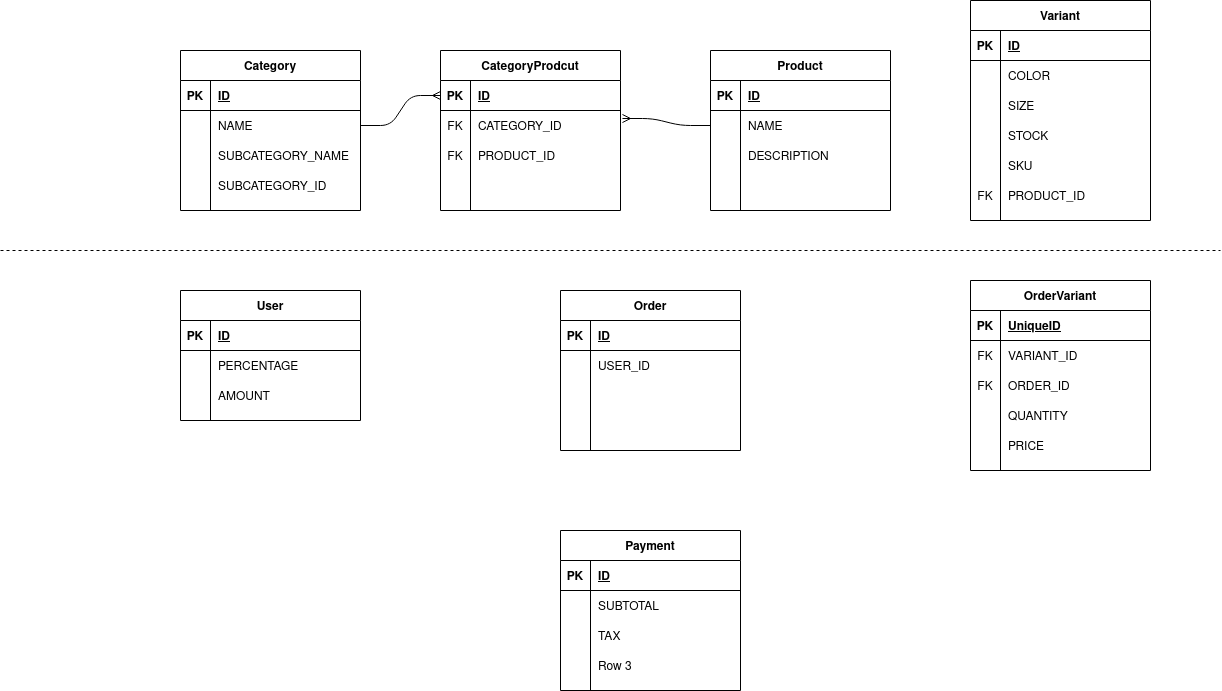
The draw.io diagram ecommerce.png in gilibethvega/e-comerce, before a commit. Source tidied: cells renumbered, new cells last; positions are measured from the earlier drawing's top-left corner, leaving out a move shared by most shapes.
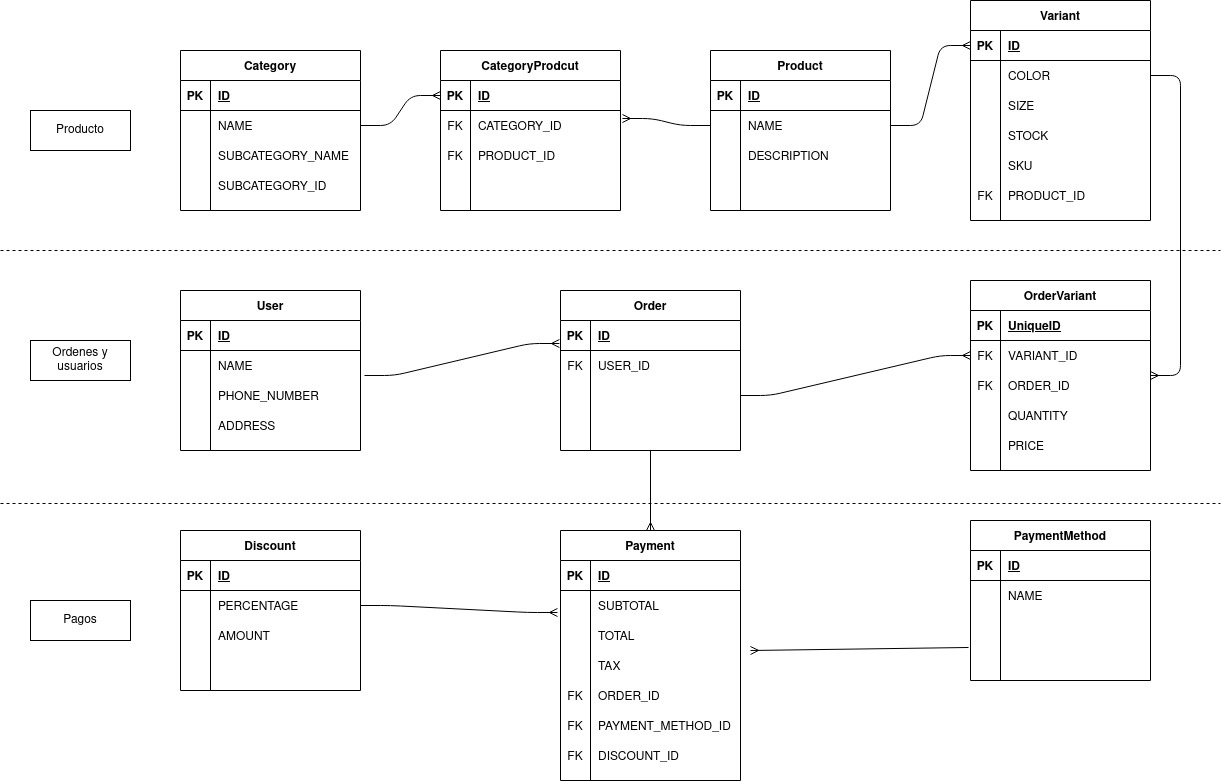
After the change.

What changed in the source:
```diff
@@ -245,7 +245,7 @@
     <mxCell id="81" style="shape=partialRectangle;fillColor=none;top=0;left=0;bottom=0;right=0;" parent="77" vertex="1">
       <mxGeometry y="60" width="180" height="30" as="geometry" />
     </mxCell>
-    <mxCell id="82" style="shape=partialRectangle;fillColor=none;top=0;left=0;bottom=0;right=0;overflow=hidden;" parent="81" vertex="1">
+    <mxCell id="82" value="FK" style="shape=partialRectangle;fillColor=none;top=0;left=0;bottom=0;right=0;overflow=hidden;" parent="81" vertex="1">
       <mxGeometry width="30" height="30" as="geometry" />
     </mxCell>
     <mxCell id="83" value="USER_ID" style="shape=partialRectangle;fillColor=none;top=0;left=0;bottom=0;right=0;align=left;spacingLeft=6;overflow=hidden;" parent="81" vertex="1">
@@ -270,7 +270,7 @@
       <mxGeometry x="30" width="150" height="30" as="geometry" />
     </mxCell>
     <mxCell id="90" value="User" style="shape=table;startSize=30;rowLines=0;fontStyle=1;align=center;" parent="1" vertex="1">
-      <mxGeometry x="180" y="290" width="180" height="130" as="geometry" />
+      <mxGeometry x="180" y="290" width="180" height="160" as="geometry" />
     </mxCell>
     <mxCell id="91" style="shape=partialRectangle;fillColor=none;top=0;left=0;bottom=1;right=0;" parent="90" vertex="1">
       <mxGeometry y="30" width="180" height="30" as="geometry" />
@@ -287,20 +287,29 @@
     <mxCell id="95" style="shape=partialRectangle;fillColor=none;top=0;left=0;bottom=0;right=0;overflow=hidden;" parent="94" vertex="1">
       <mxGeometry width="30" height="30" as="geometry" />
     </mxCell>
-    <mxCell id="96" value="PERCENTAGE" style="shape=partialRectangle;fillColor=none;top=0;left=0;bottom=0;right=0;align=left;spacingLeft=6;overflow=hidden;" parent="94" vertex="1">
+    <mxCell id="96" value="NAME" style="shape=partialRectangle;fillColor=none;top=0;left=0;bottom=0;right=0;align=left;spacingLeft=6;overflow=hidden;" parent="94" vertex="1">
       <mxGeometry x="30" width="150" height="30" as="geometry" />
     </mxCell>
+    <mxCell id="115" style="shape=partialRectangle;fillColor=none;top=0;left=0;bottom=0;right=0;" parent="90" vertex="1">
+      <mxGeometry y="90" width="180" height="30" as="geometry" />
+    </mxCell>
+    <mxCell id="116" style="shape=partialRectangle;fillColor=none;top=0;left=0;bottom=0;right=0;overflow=hidden;" parent="115" vertex="1">
+      <mxGeometry width="30" height="30" as="geometry" />
+    </mxCell>
+    <mxCell id="117" value="PHONE_NUMBER" style="shape=partialRectangle;fillColor=none;top=0;left=0;bottom=0;right=0;align=left;spacingLeft=6;overflow=hidden;" parent="115" vertex="1">
+      <mxGeometry x="30" width="150" height="30" as="geometry" />
+    </mxCell>
     <mxCell id="97" style="shape=partialRectangle;fillColor=none;top=0;left=0;bottom=0;right=0;" parent="90" vertex="1">
-      <mxGeometry y="90" width="180" height="30" as="geometry" />
+      <mxGeometry y="120" width="180" height="30" as="geometry" />
     </mxCell>
     <mxCell id="98" style="shape=partialRectangle;fillColor=none;top=0;left=0;bottom=0;right=0;overflow=hidden;" parent="97" vertex="1">
       <mxGeometry width="30" height="30" as="geometry" />
     </mxCell>
-    <mxCell id="99" value="AMOUNT" style="shape=partialRectangle;fillColor=none;top=0;left=0;bottom=0;right=0;align=left;spacingLeft=6;overflow=hidden;" parent="97" vertex="1">
+    <mxCell id="99" value="ADDRESS" style="shape=partialRectangle;fillColor=none;top=0;left=0;bottom=0;right=0;align=left;spacingLeft=6;overflow=hidden;" parent="97" vertex="1">
       <mxGeometry x="30" width="150" height="30" as="geometry" />
     </mxCell>
     <mxCell id="100" value="Payment" style="shape=table;startSize=30;rowLines=0;fontStyle=1;align=center;" parent="1" vertex="1">
-      <mxGeometry x="560" y="530" width="180" height="160" as="geometry" />
+      <mxGeometry x="560" y="530" width="180" height="250" as="geometry" />
     </mxCell>
     <mxCell id="101" style="shape=partialRectangle;fillColor=none;top=0;left=0;bottom=1;right=0;" parent="100" vertex="1">
       <mxGeometry y="30" width="180" height="30" as="geometry" />
@@ -320,8 +329,17 @@
     <mxCell id="106" value="SUBTOTAL" style="shape=partialRectangle;fillColor=none;top=0;left=0;bottom=0;right=0;align=left;spacingLeft=6;overflow=hidden;" parent="104" vertex="1">
       <mxGeometry x="30" width="150" height="30" as="geometry" />
     </mxCell>
+    <mxCell id="118" style="shape=partialRectangle;fillColor=none;top=0;left=0;bottom=0;right=0;" parent="100" vertex="1">
+      <mxGeometry y="90" width="180" height="30" as="geometry" />
+    </mxCell>
+    <mxCell id="119" style="shape=partialRectangle;fillColor=none;top=0;left=0;bottom=0;right=0;overflow=hidden;" parent="118" vertex="1">
+      <mxGeometry width="30" height="30" as="geometry" />
+    </mxCell>
+    <mxCell id="120" value="TOTAL" style="shape=partialRectangle;fillColor=none;top=0;left=0;bottom=0;right=0;align=left;spacingLeft=6;overflow=hidden;" parent="118" vertex="1">
+      <mxGeometry x="30" width="150" height="30" as="geometry" />
+    </mxCell>
     <mxCell id="107" style="shape=partialRectangle;fillColor=none;top=0;left=0;bottom=0;right=0;" parent="100" vertex="1">
-      <mxGeometry y="90" width="180" height="30" as="geometry" />
+      <mxGeometry y="120" width="180" height="30" as="geometry" />
     </mxCell>
     <mxCell id="108" style="shape=partialRectangle;fillColor=none;top=0;left=0;bottom=0;right=0;overflow=hidden;" parent="107" vertex="1">
       <mxGeometry width="30" height="30" as="geometry" />
@@ -329,13 +347,31 @@
     <mxCell id="109" value="TAX" style="shape=partialRectangle;fillColor=none;top=0;left=0;bottom=0;right=0;align=left;spacingLeft=6;overflow=hidden;" parent="107" vertex="1">
       <mxGeometry x="30" width="150" height="30" as="geometry" />
     </mxCell>
+    <mxCell id="121" style="shape=partialRectangle;fillColor=none;top=0;left=0;bottom=0;right=0;" parent="100" vertex="1">
+      <mxGeometry y="150" width="180" height="30" as="geometry" />
+    </mxCell>
+    <mxCell id="122" value="FK" style="shape=partialRectangle;fillColor=none;top=0;left=0;bottom=0;right=0;overflow=hidden;" parent="121" vertex="1">
+      <mxGeometry width="30" height="30" as="geometry" />
+    </mxCell>
+    <mxCell id="123" value="ORDER_ID" style="shape=partialRectangle;fillColor=none;top=0;left=0;bottom=0;right=0;align=left;spacingLeft=6;overflow=hidden;" parent="121" vertex="1">
+      <mxGeometry x="30" width="150" height="30" as="geometry" />
+    </mxCell>
+    <mxCell id="124" style="shape=partialRectangle;fillColor=none;top=0;left=0;bottom=0;right=0;" parent="100" vertex="1">
+      <mxGeometry y="180" width="180" height="30" as="geometry" />
+    </mxCell>
+    <mxCell id="125" value="FK" style="shape=partialRectangle;fillColor=none;top=0;left=0;bottom=0;right=0;overflow=hidden;" parent="124" vertex="1">
+      <mxGeometry width="30" height="30" as="geometry" />
+    </mxCell>
+    <mxCell id="126" value="PAYMENT_METHOD_ID" style="shape=partialRectangle;fillColor=none;top=0;left=0;bottom=0;right=0;align=left;spacingLeft=6;overflow=hidden;" parent="124" vertex="1">
+      <mxGeometry x="30" width="150" height="30" as="geometry" />
+    </mxCell>
     <mxCell id="110" style="shape=partialRectangle;fillColor=none;top=0;left=0;bottom=0;right=0;" parent="100" vertex="1">
-      <mxGeometry y="120" width="180" height="30" as="geometry" />
+      <mxGeometry y="210" width="180" height="30" as="geometry" />
     </mxCell>
-    <mxCell id="111" style="shape=partialRectangle;fillColor=none;top=0;left=0;bottom=0;right=0;overflow=hidden;" parent="110" vertex="1">
+    <mxCell id="111" value="FK" style="shape=partialRectangle;fillColor=none;top=0;left=0;bottom=0;right=0;overflow=hidden;" parent="110" vertex="1">
       <mxGeometry width="30" height="30" as="geometry" />
     </mxCell>
-    <mxCell id="112" value="Row 3" style="shape=partialRectangle;fillColor=none;top=0;left=0;bottom=0;right=0;align=left;spacingLeft=6;overflow=hidden;" parent="110" vertex="1">
+    <mxCell id="112" value="DISCOUNT_ID" style="shape=partialRectangle;fillColor=none;top=0;left=0;bottom=0;right=0;align=left;spacingLeft=6;overflow=hidden;" parent="110" vertex="1">
       <mxGeometry x="30" width="150" height="30" as="geometry" />
     </mxCell>
     <mxCell id="113" style="edgeStyle=entityRelationEdgeStyle;fontSize=12;html=1;endArrow=ERmany;exitX=1;exitY=0.5;exitDx=0;exitDy=0;entryX=0;entryY=0.5;entryDx=0;entryDy=0;" parent="1" edge="1" source="7" target="30">
@@ -344,5 +380,121 @@
     <mxCell id="114" style="edgeStyle=entityRelationEdgeStyle;fontSize=12;html=1;endArrow=ERmany;exitX=0;exitY=0.5;exitDx=0;exitDy=0;entryX=1.011;entryY=0.267;entryDx=0;entryDy=0;entryPerimeter=0;" parent="1" edge="1" source="20" target="33">
       <mxGeometry relative="1" as="geometry" />
     </mxCell>
+    <mxCell id="127" value="Discount" style="shape=table;startSize=30;rowLines=0;fontStyle=1;align=center;" parent="1" vertex="1">
+      <mxGeometry x="180" y="530" width="180" height="160" as="geometry" />
+    </mxCell>
+    <mxCell id="128" style="shape=partialRectangle;fillColor=none;top=0;left=0;bottom=1;right=0;" parent="127" vertex="1">
+      <mxGeometry y="30" width="180" height="30" as="geometry" />
+    </mxCell>
+    <mxCell id="129" value="PK" style="shape=partialRectangle;fillColor=none;top=0;left=0;bottom=0;right=0;fontStyle=1;overflow=hidden;" parent="128" vertex="1">
+      <mxGeometry width="30" height="30" as="geometry" />
+    </mxCell>
+    <mxCell id="130" value="ID" style="shape=partialRectangle;fillColor=none;top=0;left=0;bottom=0;right=0;align=left;spacingLeft=6;fontStyle=5;overflow=hidden;" parent="128" vertex="1">
+      <mxGeometry x="30" width="150" height="30" as="geometry" />
+    </mxCell>
+    <mxCell id="131" style="shape=partialRectangle;fillColor=none;top=0;left=0;bottom=0;right=0;points=[[0,0.5],[1,0.5]];portConstraint=eastwest;" parent="127" vertex="1">
+      <mxGeometry y="60" width="180" height="30" as="geometry" />
+    </mxCell>
+    <mxCell id="132" style="shape=partialRectangle;fillColor=none;top=0;left=0;bottom=0;right=0;overflow=hidden;" parent="131" vertex="1">
+      <mxGeometry width="30" height="30" as="geometry" />
+    </mxCell>
+    <mxCell id="133" value="PERCENTAGE" style="shape=partialRectangle;fillColor=none;top=0;left=0;bottom=0;right=0;align=left;spacingLeft=6;overflow=hidden;" parent="131" vertex="1">
+      <mxGeometry x="30" width="150" height="30" as="geometry" />
+    </mxCell>
+    <mxCell id="134" style="shape=partialRectangle;fillColor=none;top=0;left=0;bottom=0;right=0;" parent="127" vertex="1">
+      <mxGeometry y="90" width="180" height="30" as="geometry" />
+    </mxCell>
+    <mxCell id="135" style="shape=partialRectangle;fillColor=none;top=0;left=0;bottom=0;right=0;overflow=hidden;" parent="134" vertex="1">
+      <mxGeometry width="30" height="30" as="geometry" />
+    </mxCell>
+    <mxCell id="136" value="AMOUNT" style="shape=partialRectangle;fillColor=none;top=0;left=0;bottom=0;right=0;align=left;spacingLeft=6;overflow=hidden;" parent="134" vertex="1">
+      <mxGeometry x="30" width="150" height="30" as="geometry" />
+    </mxCell>
+    <mxCell id="137" style="shape=partialRectangle;fillColor=none;top=0;left=0;bottom=0;right=0;" parent="127" vertex="1">
+      <mxGeometry y="120" width="180" height="30" as="geometry" />
+    </mxCell>
+    <mxCell id="138" style="shape=partialRectangle;fillColor=none;top=0;left=0;bottom=0;right=0;overflow=hidden;" parent="137" vertex="1">
+      <mxGeometry width="30" height="30" as="geometry" />
+    </mxCell>
+    <mxCell id="139" style="shape=partialRectangle;fillColor=none;top=0;left=0;bottom=0;right=0;align=left;spacingLeft=6;overflow=hidden;" parent="137" vertex="1">
+      <mxGeometry x="30" width="150" height="30" as="geometry" />
+    </mxCell>
+    <mxCell id="140" value="PaymentMethod" style="shape=table;startSize=30;rowLines=0;fontStyle=1;align=center;" parent="1" vertex="1">
+      <mxGeometry x="970" y="520" width="180" height="160" as="geometry" />
+    </mxCell>
+    <mxCell id="141" style="shape=partialRectangle;fillColor=none;top=0;left=0;bottom=1;right=0;" parent="140" vertex="1">
+      <mxGeometry y="30" width="180" height="30" as="geometry" />
+    </mxCell>
+    <mxCell id="142" value="PK" style="shape=partialRectangle;fillColor=none;top=0;left=0;bottom=0;right=0;fontStyle=1;overflow=hidden;" parent="141" vertex="1">
+      <mxGeometry width="30" height="30" as="geometry" />
+    </mxCell>
+    <mxCell id="143" value="ID" style="shape=partialRectangle;fillColor=none;top=0;left=0;bottom=0;right=0;align=left;spacingLeft=6;fontStyle=5;overflow=hidden;" parent="141" vertex="1">
+      <mxGeometry x="30" width="150" height="30" as="geometry" />
+    </mxCell>
+    <mxCell id="144" style="shape=partialRectangle;fillColor=none;top=0;left=0;bottom=0;right=0;" parent="140" vertex="1">
+      <mxGeometry y="60" width="180" height="30" as="geometry" />
+    </mxCell>
+    <mxCell id="145" style="shape=partialRectangle;fillColor=none;top=0;left=0;bottom=0;right=0;overflow=hidden;" parent="144" vertex="1">
+      <mxGeometry width="30" height="30" as="geometry" />
+    </mxCell>
+    <mxCell id="146" value="NAME" style="shape=partialRectangle;fillColor=none;top=0;left=0;bottom=0;right=0;align=left;spacingLeft=6;overflow=hidden;" parent="144" vertex="1">
+      <mxGeometry x="30" width="150" height="30" as="geometry" />
+    </mxCell>
+    <mxCell id="147" style="shape=partialRectangle;fillColor=none;top=0;left=0;bottom=0;right=0;" parent="140" vertex="1">
+      <mxGeometry y="90" width="180" height="30" as="geometry" />
+    </mxCell>
+    <mxCell id="148" style="shape=partialRectangle;fillColor=none;top=0;left=0;bottom=0;right=0;overflow=hidden;" parent="147" vertex="1">
+      <mxGeometry width="30" height="30" as="geometry" />
+    </mxCell>
+    <mxCell id="149" style="shape=partialRectangle;fillColor=none;top=0;left=0;bottom=0;right=0;align=left;spacingLeft=6;overflow=hidden;" parent="147" vertex="1">
+      <mxGeometry x="30" width="150" height="30" as="geometry" />
+    </mxCell>
+    <mxCell id="150" style="shape=partialRectangle;fillColor=none;top=0;left=0;bottom=0;right=0;points=[[0,0.5],[1,0.5]];portConstraint=eastwest;" parent="140" vertex="1">
+      <mxGeometry y="120" width="180" height="30" as="geometry" />
+    </mxCell>
+    <mxCell id="151" style="shape=partialRectangle;fillColor=none;top=0;left=0;bottom=0;right=0;overflow=hidden;" parent="150" vertex="1">
+      <mxGeometry width="30" height="30" as="geometry" />
+    </mxCell>
+    <mxCell id="152" style="shape=partialRectangle;fillColor=none;top=0;left=0;bottom=0;right=0;align=left;spacingLeft=6;overflow=hidden;" parent="150" vertex="1">
+      <mxGeometry x="30" width="150" height="30" as="geometry" />
+    </mxCell>
+    <mxCell id="153" style="edgeStyle=entityRelationEdgeStyle;fontSize=12;html=1;endArrow=ERmany;exitX=1;exitY=0.5;exitDx=0;exitDy=0;entryX=0;entryY=0.5;entryDx=0;entryDy=0;" parent="1" edge="1" source="20" target="43">
+      <mxGeometry relative="1" as="geometry" />
+    </mxCell>
+    <mxCell id="154" style="edgeStyle=entityRelationEdgeStyle;fontSize=12;html=1;endArrow=ERmany;exitX=1;exitY=0.5;exitDx=0;exitDy=0;entryX=1;entryY=0.5;entryDx=0;entryDy=0;" parent="1" edge="1" source="46" target="61">
+      <mxGeometry relative="1" as="geometry" />
+    </mxCell>
+    <mxCell id="155" style="edgeStyle=entityRelationEdgeStyle;fontSize=12;html=1;endArrow=ERmany;" parent="1" edge="1" source="84" target="65">
+      <mxGeometry relative="1" as="geometry" />
+    </mxCell>
+    <mxCell id="156" style="fontSize=12;html=1;endArrow=ERmany;entryX=0.5;entryY=0;entryDx=0;entryDy=0;exitX=0.5;exitY=1;exitDx=0;exitDy=0;" parent="1" edge="1" source="77" target="100">
+      <mxGeometry relative="1" as="geometry" />
+    </mxCell>
+    <mxCell id="157" style="edgeStyle=entityRelationEdgeStyle;fontSize=12;html=1;endArrow=ERmany;exitX=1.022;exitY=0.833;exitDx=0;exitDy=0;exitPerimeter=0;entryX=-0.006;entryY=0.767;entryDx=0;entryDy=0;entryPerimeter=0;" parent="1" edge="1" source="94" target="78">
+      <mxGeometry relative="1" as="geometry" />
+    </mxCell>
+    <mxCell id="158" style="edgeStyle=entityRelationEdgeStyle;fontSize=12;html=1;endArrow=ERmany;entryX=-0.017;entryY=0.733;entryDx=0;entryDy=0;entryPerimeter=0;" parent="1" edge="1" source="131" target="104">
+      <mxGeometry relative="1" as="geometry" />
+    </mxCell>
+    <mxCell id="159" style="fontSize=12;html=1;endArrow=ERmany;exitX=-0.011;exitY=0.233;exitDx=0;exitDy=0;exitPerimeter=0;" parent="1" edge="1" source="150">
+      <mxGeometry relative="1" as="geometry">
+        <mxPoint x="750" y="650" as="targetPoint" />
+      </mxGeometry>
+    </mxCell>
+    <mxCell id="160" style="endArrow=none;dashed=1;html=1;" parent="1" edge="1">
+      <mxGeometry relative="1" as="geometry">
+        <mxPoint y="503" as="sourcePoint" />
+        <mxPoint x="1220" y="503" as="targetPoint" />
+      </mxGeometry>
+    </mxCell>
+    <mxCell id="161" value="Producto" style="whiteSpace=wrap;html=1;align=center;" parent="1" vertex="1">
+      <mxGeometry x="30" y="110" width="100" height="40" as="geometry" />
+    </mxCell>
+    <mxCell id="162" value="Ordenes y usuarios" style="whiteSpace=wrap;html=1;align=center;" parent="1" vertex="1">
+      <mxGeometry x="30" y="340" width="100" height="40" as="geometry" />
+    </mxCell>
+    <mxCell id="163" value="Pagos" style="whiteSpace=wrap;html=1;align=center;" parent="1" vertex="1">
+      <mxGeometry x="30" y="600" width="100" height="40" as="geometry" />
+    </mxCell>
   </root>
 </mxGraphModel>
```
